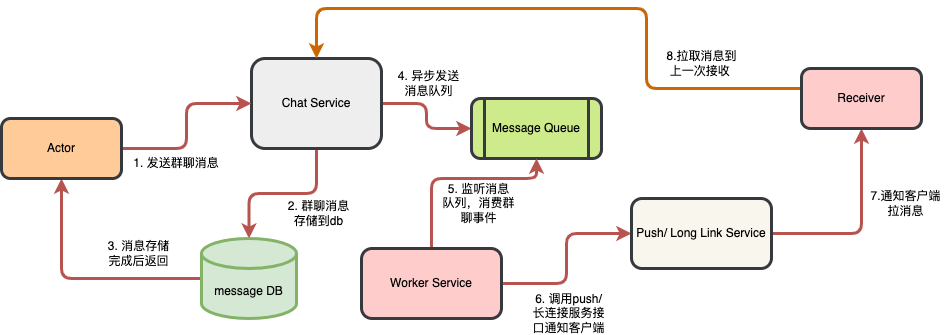
Earlier version of the draw.io export groupchat.drawio.png (anriclee/diagramStorage). Source tidied: cells renumbered, new cells last; positions are measured from the earlier drawing's top-left corner, leaving out a move shared by most shapes. Source of this version:
```xml
<mxGraphModel>
  <root>
    <mxCell id="0" />
    <mxCell id="1" parent="0" />
    <mxCell id="2" style="edgeStyle=orthogonalEdgeStyle;rounded=1;sketch=0;jettySize=auto;html=1;entryX=0.5;entryY=0;entryDx=0;entryDy=0;entryPerimeter=0;strokeWidth=3;fillColor=#f8cecc;strokeColor=#b85450;" parent="1" edge="1" source="4" target="6">
      <mxGeometry relative="1" as="geometry" />
    </mxCell>
    <mxCell id="3" style="edgeStyle=orthogonalEdgeStyle;rounded=1;sketch=0;jettySize=auto;html=1;entryX=0;entryY=0.5;entryDx=0;entryDy=0;strokeWidth=3;fillColor=#f8cecc;strokeColor=#b85450;" parent="1" edge="1" source="4" target="7">
      <mxGeometry relative="1" as="geometry" />
    </mxCell>
    <mxCell id="4" value="Chat Service" style="rounded=1;whiteSpace=wrap;html=1;fillColor=#eeeeee;strokeColor=#36393d;strokeWidth=3;" parent="1" vertex="1">
      <mxGeometry x="250" y="50" width="130" height="90" as="geometry" />
    </mxCell>
    <mxCell id="5" style="edgeStyle=orthogonalEdgeStyle;rounded=1;sketch=0;jettySize=auto;html=1;exitX=0;exitY=0.5;exitDx=0;exitDy=0;exitPerimeter=0;entryX=0.5;entryY=1;entryDx=0;entryDy=0;strokeWidth=3;fillColor=#f8cecc;strokeColor=#b85450;" parent="1" edge="1" source="6" target="16">
      <mxGeometry relative="1" as="geometry" />
    </mxCell>
    <mxCell id="6" value="message DB" style="shape=cylinder3;whiteSpace=wrap;html=1;boundedLbl=1;backgroundOutline=1;size=15;rounded=1;fillColor=#d5e8d4;strokeColor=#82b366;strokeWidth=3;" parent="1" vertex="1">
      <mxGeometry x="200" y="230" width="95" height="80" as="geometry" />
    </mxCell>
    <mxCell id="7" value="Message Queue" style="shape=process;whiteSpace=wrap;html=1;backgroundOutline=1;rounded=1;fillColor=#cdeb8b;strokeColor=#36393d;strokeWidth=3;" parent="1" vertex="1">
      <mxGeometry x="470" y="90" width="130" height="60" as="geometry" />
    </mxCell>
    <mxCell id="8" style="edgeStyle=orthogonalEdgeStyle;rounded=1;sketch=0;jettySize=auto;html=1;exitX=0.5;exitY=0;exitDx=0;exitDy=0;entryX=0.5;entryY=1;entryDx=0;entryDy=0;shadow=0;strokeWidth=3;fillColor=#f8cecc;strokeColor=#b85450;" parent="1" edge="1" source="10" target="7">
      <mxGeometry relative="1" as="geometry">
        <Array as="points">
          <mxPoint x="430" y="170" />
          <mxPoint x="535" y="170" />
        </Array>
      </mxGeometry>
    </mxCell>
    <mxCell id="9" style="edgeStyle=orthogonalEdgeStyle;rounded=1;sketch=0;jettySize=auto;html=1;entryX=0;entryY=0.5;entryDx=0;entryDy=0;shadow=0;strokeWidth=3;fillColor=#f8cecc;strokeColor=#b85450;" parent="1" edge="1" source="10" target="12">
      <mxGeometry relative="1" as="geometry" />
    </mxCell>
    <mxCell id="10" value="Worker Service" style="rounded=1;whiteSpace=wrap;html=1;fillColor=#ffcccc;strokeColor=#36393d;strokeWidth=3;" parent="1" vertex="1">
      <mxGeometry x="360" y="240" width="140" height="70" as="geometry" />
    </mxCell>
    <mxCell id="11" style="edgeStyle=orthogonalEdgeStyle;rounded=1;sketch=0;jettySize=auto;html=1;entryX=0.5;entryY=1;entryDx=0;entryDy=0;shadow=0;strokeWidth=3;fillColor=#f8cecc;strokeColor=#b85450;" parent="1" edge="1" source="12" target="18">
      <mxGeometry relative="1" as="geometry" />
    </mxCell>
    <mxCell id="12" value="Push/ Long Link Service" style="rounded=1;whiteSpace=wrap;html=1;fillColor=#f9f7ed;strokeColor=#36393d;strokeWidth=3;" parent="1" vertex="1">
      <mxGeometry x="630" y="190" width="140" height="70" as="geometry" />
    </mxCell>
    <mxCell id="13" value="1. 发送群聊消息" style="text;html=1;strokeColor=none;fillColor=none;align=center;verticalAlign=middle;whiteSpace=wrap;rounded=1;" parent="1" vertex="1">
      <mxGeometry x="130" y="140" width="90" height="30" as="geometry" />
    </mxCell>
    <mxCell id="14" value="2. 群聊消息存储到db" style="text;html=1;strokeColor=none;fillColor=none;align=center;verticalAlign=middle;whiteSpace=wrap;rounded=1;" parent="1" vertex="1">
      <mxGeometry x="280" y="190" width="75" height="30" as="geometry" />
    </mxCell>
    <mxCell id="15" style="edgeStyle=orthogonalEdgeStyle;rounded=1;sketch=0;jettySize=auto;html=1;entryX=0;entryY=0.5;entryDx=0;entryDy=0;strokeWidth=3;fillColor=#f8cecc;strokeColor=#b85450;" parent="1" edge="1" source="16" target="4">
      <mxGeometry relative="1" as="geometry" />
    </mxCell>
    <mxCell id="16" value="Actor" style="rounded=1;whiteSpace=wrap;html=1;sketch=0;fillColor=#ffcc99;strokeColor=#36393d;strokeWidth=3;" parent="1" vertex="1">
      <mxGeometry y="110" width="120" height="60" as="geometry" />
    </mxCell>
    <mxCell id="17" style="edgeStyle=orthogonalEdgeStyle;rounded=1;sketch=0;jettySize=auto;html=1;entryX=0.5;entryY=0;entryDx=0;entryDy=0;strokeWidth=3;fillColor=#f8cecc;strokeColor=#CC6600;" parent="1" edge="1" source="18" target="4">
      <mxGeometry relative="1" as="geometry">
        <Array as="points">
          <mxPoint x="645" y="80" />
          <mxPoint x="645" />
          <mxPoint x="315" />
        </Array>
      </mxGeometry>
    </mxCell>
    <mxCell id="18" value="Receiver" style="rounded=1;whiteSpace=wrap;html=1;sketch=0;fillColor=#ffcccc;strokeColor=#36393d;strokeWidth=3;" parent="1" vertex="1">
      <mxGeometry x="800" y="60" width="120" height="60" as="geometry" />
    </mxCell>
    <mxCell id="19" value="3. 消息存储完成后返回" style="text;html=1;strokeColor=none;fillColor=none;align=center;verticalAlign=middle;whiteSpace=wrap;rounded=1;" parent="1" vertex="1">
      <mxGeometry x="100" y="230" width="75" height="30" as="geometry" />
    </mxCell>
    <mxCell id="20" value="4. 异步发送消息队列" style="text;html=1;strokeColor=none;fillColor=none;align=center;verticalAlign=middle;whiteSpace=wrap;rounded=1;" parent="1" vertex="1">
      <mxGeometry x="390" y="60" width="75" height="30" as="geometry" />
    </mxCell>
    <mxCell id="21" value="5. 监听消息队列，消费群聊事件" style="text;html=1;strokeColor=none;fillColor=none;align=center;verticalAlign=middle;whiteSpace=wrap;rounded=1;" parent="1" vertex="1">
      <mxGeometry x="440" y="180" width="75" height="30" as="geometry" />
    </mxCell>
    <mxCell id="22" value="6. 调用push/长连接服务接口通知客户端" style="text;html=1;strokeColor=none;fillColor=none;align=center;verticalAlign=middle;whiteSpace=wrap;rounded=1;" parent="1" vertex="1">
      <mxGeometry x="530" y="290" width="75" height="30" as="geometry" />
    </mxCell>
    <mxCell id="23" value="7.通知客户端拉消息" style="text;html=1;strokeColor=none;fillColor=none;align=center;verticalAlign=middle;whiteSpace=wrap;rounded=1;" parent="1" vertex="1">
      <mxGeometry x="867" y="180" width="75" height="30" as="geometry" />
    </mxCell>
    <mxCell id="24" value="8.拉取消息到上一次接收&amp;nbsp;" style="text;html=1;strokeColor=none;fillColor=none;align=center;verticalAlign=middle;whiteSpace=wrap;rounded=1;" parent="1" vertex="1">
      <mxGeometry x="662.5" y="40" width="75" height="30" as="geometry" />
    </mxCell>
  </root>
</mxGraphModel>
```
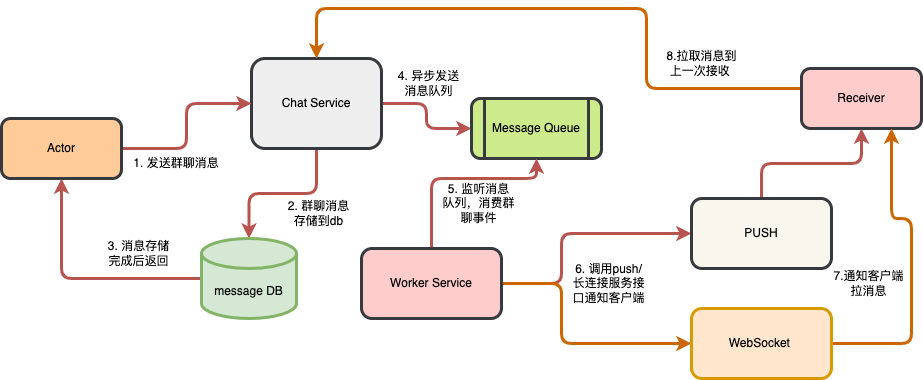
The same file after the commit.

What changed in the source:
```diff
@@ -29,16 +29,29 @@
       </mxGeometry>
     </mxCell>
     <mxCell id="9" style="edgeStyle=orthogonalEdgeStyle;rounded=1;sketch=0;jettySize=auto;html=1;entryX=0;entryY=0.5;entryDx=0;entryDy=0;shadow=0;strokeWidth=3;fillColor=#f8cecc;strokeColor=#b85450;" parent="1" edge="1" source="10" target="12">
-      <mxGeometry relative="1" as="geometry" />
+      <mxGeometry relative="1" as="geometry">
+        <Array as="points">
+          <mxPoint x="560" y="275" />
+          <mxPoint x="560" y="225" />
+        </Array>
+      </mxGeometry>
     </mxCell>
+    <mxCell id="25" style="edgeStyle=orthogonalEdgeStyle;shape=connector;rounded=1;sketch=0;jettySize=auto;html=1;shadow=0;labelBackgroundColor=default;fontFamily=Helvetica;fontSize=11;fontColor=default;endArrow=classic;strokeColor=#CC6600;strokeWidth=3;" parent="1" edge="1" source="10" target="27">
+      <mxGeometry relative="1" as="geometry">
+        <Array as="points">
+          <mxPoint x="560" y="275" />
+          <mxPoint x="560" y="335" />
+        </Array>
+      </mxGeometry>
+    </mxCell>
     <mxCell id="10" value="Worker Service" style="rounded=1;whiteSpace=wrap;html=1;fillColor=#ffcccc;strokeColor=#36393d;strokeWidth=3;" parent="1" vertex="1">
       <mxGeometry x="360" y="240" width="140" height="70" as="geometry" />
     </mxCell>
     <mxCell id="11" style="edgeStyle=orthogonalEdgeStyle;rounded=1;sketch=0;jettySize=auto;html=1;entryX=0.5;entryY=1;entryDx=0;entryDy=0;shadow=0;strokeWidth=3;fillColor=#f8cecc;strokeColor=#b85450;" parent="1" edge="1" source="12" target="18">
       <mxGeometry relative="1" as="geometry" />
     </mxCell>
-    <mxCell id="12" value="Push/ Long Link Service" style="rounded=1;whiteSpace=wrap;html=1;fillColor=#f9f7ed;strokeColor=#36393d;strokeWidth=3;" parent="1" vertex="1">
-      <mxGeometry x="630" y="190" width="140" height="70" as="geometry" />
+    <mxCell id="12" value="PUSH" style="rounded=1;whiteSpace=wrap;html=1;fillColor=#f9f7ed;strokeColor=#36393d;strokeWidth=3;" parent="1" vertex="1">
+      <mxGeometry x="690" y="190" width="140" height="70" as="geometry" />
     </mxCell>
     <mxCell id="13" value="1. 发送群聊消息" style="text;html=1;strokeColor=none;fillColor=none;align=center;verticalAlign=middle;whiteSpace=wrap;rounded=1;" parent="1" vertex="1">
       <mxGeometry x="130" y="140" width="90" height="30" as="geometry" />
@@ -74,13 +87,25 @@
       <mxGeometry x="440" y="180" width="75" height="30" as="geometry" />
     </mxCell>
     <mxCell id="22" value="6. 调用push/长连接服务接口通知客户端" style="text;html=1;strokeColor=none;fillColor=none;align=center;verticalAlign=middle;whiteSpace=wrap;rounded=1;" parent="1" vertex="1">
-      <mxGeometry x="530" y="290" width="75" height="30" as="geometry" />
+      <mxGeometry x="570" y="260" width="75" height="30" as="geometry" />
     </mxCell>
     <mxCell id="23" value="7.通知客户端拉消息" style="text;html=1;strokeColor=none;fillColor=none;align=center;verticalAlign=middle;whiteSpace=wrap;rounded=1;" parent="1" vertex="1">
-      <mxGeometry x="867" y="180" width="75" height="30" as="geometry" />
+      <mxGeometry x="830" y="260" width="75" height="30" as="geometry" />
     </mxCell>
     <mxCell id="24" value="8.拉取消息到上一次接收&amp;nbsp;" style="text;html=1;strokeColor=none;fillColor=none;align=center;verticalAlign=middle;whiteSpace=wrap;rounded=1;" parent="1" vertex="1">
       <mxGeometry x="662.5" y="40" width="75" height="30" as="geometry" />
     </mxCell>
+    <mxCell id="26" style="edgeStyle=orthogonalEdgeStyle;shape=connector;rounded=1;sketch=0;jettySize=auto;html=1;entryX=0.75;entryY=1;entryDx=0;entryDy=0;shadow=0;labelBackgroundColor=default;fontFamily=Helvetica;fontSize=11;fontColor=default;endArrow=classic;strokeColor=#CC6600;strokeWidth=3;" parent="1" edge="1" source="27" target="18">
+      <mxGeometry relative="1" as="geometry">
+        <Array as="points">
+          <mxPoint x="910" y="335" />
+          <mxPoint x="910" y="210" />
+          <mxPoint x="890" y="210" />
+        </Array>
+      </mxGeometry>
+    </mxCell>
+    <mxCell id="27" value="WebSocket&amp;nbsp;" style="rounded=1;whiteSpace=wrap;html=1;fillColor=#ffe6cc;strokeColor=#d79b00;strokeWidth=3;" parent="1" vertex="1">
+      <mxGeometry x="690" y="300" width="140" height="70" as="geometry" />
+    </mxCell>
   </root>
 </mxGraphModel>
```
